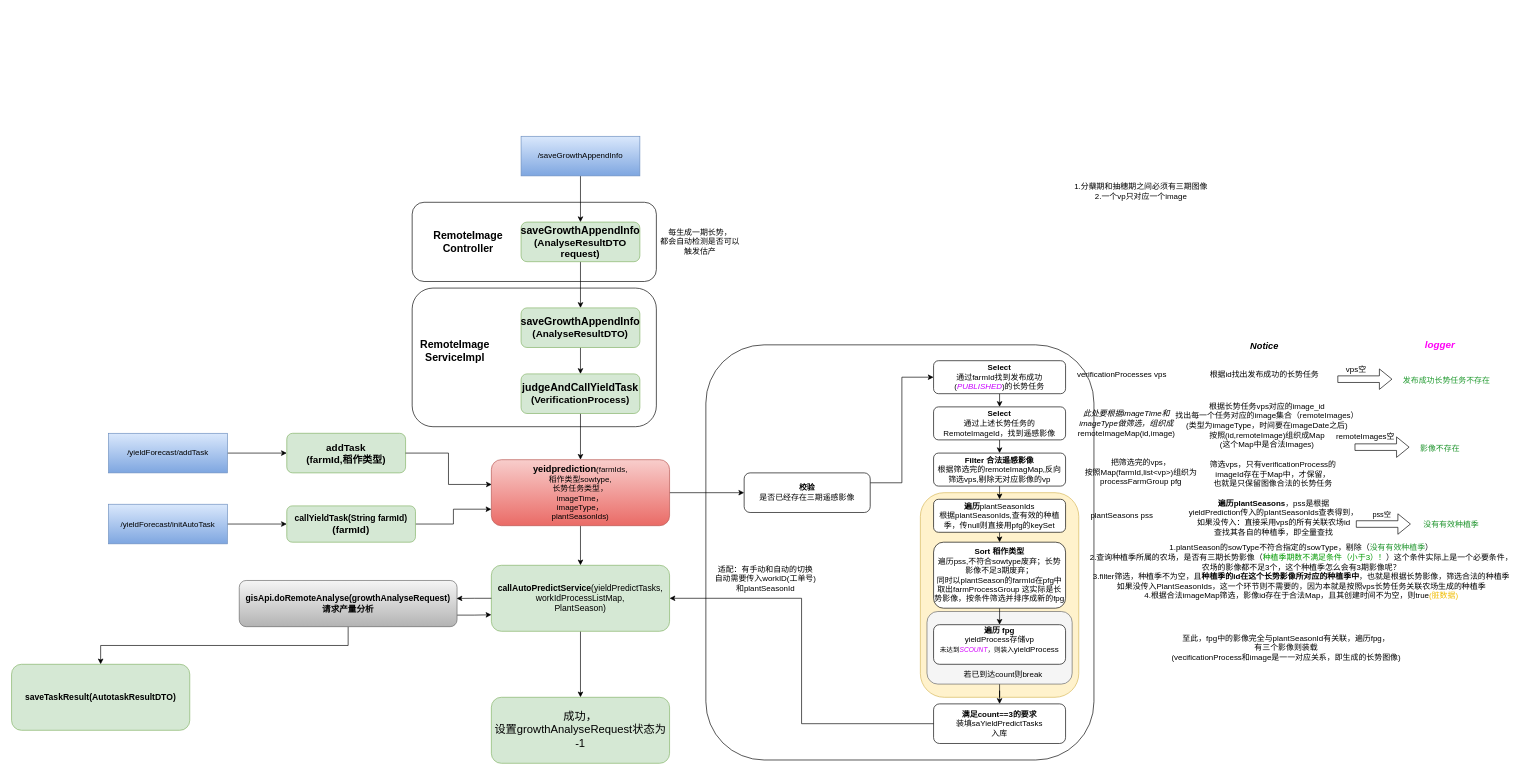
Earlier version of the draw.io diagram 产量预估.drawio (RK-JD/DrawIO). Source tidied: cells renumbered, new cells numbered last; positions are measured from the earlier drawing's top-left corner, leaving out a move shared by most shapes. Both pictures are drawn from the tidied source at 66%, with x=0, y=0 at pixel (11, 136).
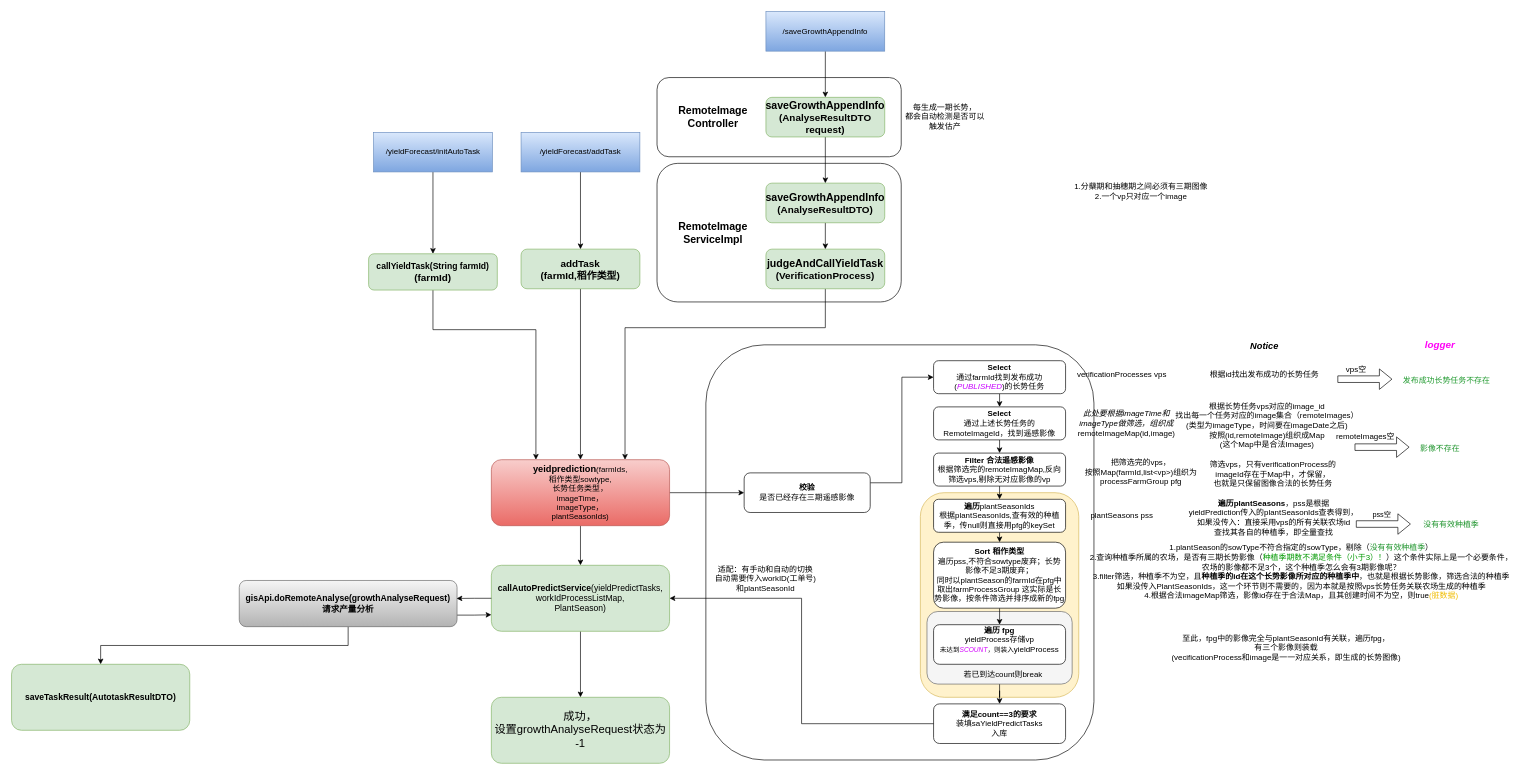
After the change.

Commit message:
更新产量预估.drawio

The change refers to these unchanged cells:
```xml
<mxCell id="10" value="&lt;b&gt;&lt;font style=&quot;font-size: 14px;&quot;&gt;yeidprediction&lt;/font&gt;&lt;/b&gt;(farmIds,&lt;div&gt;稻作类型sowtype,&lt;/div&gt;&lt;div&gt;长势任务类型，&lt;/div&gt;&lt;div&gt;imageTime，&lt;/div&gt;&lt;div&gt;imageType，&lt;/div&gt;&lt;div&gt;plantSeasonIds)&lt;/div&gt;" style="rounded=1;whiteSpace=wrap;html=1;fillColor=#f8cecc;strokeColor=#b85450;gradientColor=#ea6b66;" parent="1" vertex="1">
  <mxGeometry x="727" y="490" width="270" height="100" as="geometry" />
</mxCell>
```

Change to the diagram source:
```diff
@@
     <mxCell id="3" style="rounded=1;whiteSpace=wrap;html=1;" parent="1" vertex="1">
-      <mxGeometry x="607" y="100" width="370" height="120" as="geometry" />
+      <mxGeometry x="978" y="-89" width="370" height="120" as="geometry" />
     </mxCell>
@@
+    <mxCell id="51" style="edgeStyle=orthogonalEdgeStyle;rounded=0;jettySize=auto;html=1;exitX=0.5;exitY=1;exitDx=0;exitDy=0;entryX=0.5;entryY=0;entryDx=0;entryDy=0;" parent="1" edge="1" source="7" target="10">
+      <mxGeometry relative="1" as="geometry" />
+    </mxCell>
     <mxCell id="7" value="&lt;b&gt;&lt;font style=&quot;font-size: 15px;&quot;&gt;addTask&lt;/font&gt;&lt;/b&gt;&lt;div&gt;&lt;b&gt;&lt;font style=&quot;font-size: 15px;&quot;&gt;(farmId,稻作类型)&lt;/font&gt;&lt;/b&gt;&lt;/div&gt;" style="rounded=1;whiteSpace=wrap;html=1;fillColor=#d5e8d4;strokeColor=#82b366;" parent="1" vertex="1">
-      <mxGeometry x="417" y="450" width="180" height="60" as="geometry" />
+      <mxGeometry x="772" y="171" width="180" height="60" as="geometry" />
     </mxCell>
@@
     <mxCell id="38" style="rounded=1;whiteSpace=wrap;html=1;" parent="1" vertex="1">
-      <mxGeometry x="607" y="230" width="370" height="210" as="geometry" />
+      <mxGeometry x="978" y="41" width="370" height="210" as="geometry" />
     </mxCell>
-    <mxCell id="39" style="edgeStyle=orthogonalEdgeStyle;rounded=0;jettySize=auto;html=1;exitX=0.5;exitY=1;exitDx=0;exitDy=0;entryX=0.5;entryY=0;entryDx=0;entryDy=0;" parent="1" edge="1" source="40" target="10">
-      <mxGeometry relative="1" as="geometry" />
+    <mxCell id="39" style="edgeStyle=orthogonalEdgeStyle;rounded=0;jettySize=auto;html=1;exitX=0.5;exitY=1;exitDx=0;exitDy=0;entryX=0.75;entryY=0;entryDx=0;entryDy=0;" parent="1" edge="1" source="40" target="10">
+      <mxGeometry relative="1" as="geometry">
+        <Array as="points">
+          <mxPoint x="1233" y="290" />
+          <mxPoint x="930" y="290" />
+        </Array>
+      </mxGeometry>
     </mxCell>
     <mxCell id="40" value="&lt;span style=&quot;text-align: left;&quot;&gt;&lt;b&gt;&lt;font style=&quot;font-size: 16px;&quot;&gt;judgeAndCallYieldTask&lt;/font&gt;&lt;/b&gt;&lt;/span&gt;&lt;br&gt;&lt;div&gt;&lt;b&gt;&lt;font style=&quot;font-size: 15px;&quot;&gt;(VerificationProcess)&lt;/font&gt;&lt;/b&gt;&lt;/div&gt;" style="rounded=1;whiteSpace=wrap;html=1;fillColor=#d5e8d4;strokeColor=#82b366;" parent="1" vertex="1">
-      <mxGeometry x="772" y="360" width="180" height="60" as="geometry" />
+      <mxGeometry x="1143" y="171" width="180" height="60" as="geometry" />
     </mxCell>
     <mxCell id="41" value="&lt;b&gt;&lt;font style=&quot;font-size: 16px;&quot;&gt;RemoteImage&lt;/font&gt;&lt;/b&gt;&lt;div&gt;&lt;b&gt;&lt;font style=&quot;font-size: 16px;&quot;&gt;ServiceImpl&lt;/font&gt;&lt;/b&gt;&lt;/div&gt;" style="text;html=1;align=center;verticalAlign=middle;whiteSpace=wrap;rounded=0;" parent="1" vertex="1">
-      <mxGeometry x="577" y="310" width="190" height="30" as="geometry" />
+      <mxGeometry x="968" y="131" width="190" height="30" as="geometry" />
     </mxCell>
@@
     <mxCell id="43" value="&lt;span style=&quot;text-align: left;&quot;&gt;&lt;b&gt;&lt;font style=&quot;font-size: 16px;&quot;&gt;saveGrowthAppendInfo&lt;/font&gt;&lt;/b&gt;&lt;/span&gt;&lt;br&gt;&lt;div&gt;&lt;b&gt;&lt;font style=&quot;font-size: 15px;&quot;&gt;(AnalyseResultDTO)&lt;/font&gt;&lt;/b&gt;&lt;/div&gt;" style="rounded=1;whiteSpace=wrap;html=1;fillColor=#d5e8d4;strokeColor=#82b366;" parent="1" vertex="1">
-      <mxGeometry x="772" y="260" width="180" height="60" as="geometry" />
+      <mxGeometry x="1143" y="71" width="180" height="60" as="geometry" />
     </mxCell>
@@
     <mxCell id="45" value="&lt;span style=&quot;text-align: left;&quot;&gt;&lt;b&gt;&lt;font style=&quot;font-size: 16px;&quot;&gt;saveGrowthAppendInfo&lt;/font&gt;&lt;/b&gt;&lt;/span&gt;&lt;br&gt;&lt;div&gt;&lt;b&gt;&lt;font style=&quot;font-size: 15px;&quot;&gt;(AnalyseResultDTO request)&lt;/font&gt;&lt;/b&gt;&lt;/div&gt;" style="rounded=1;whiteSpace=wrap;html=1;fillColor=#d5e8d4;strokeColor=#82b366;" parent="1" vertex="1">
-      <mxGeometry x="772" y="130" width="180" height="60" as="geometry" />
+      <mxGeometry x="1143" y="-59" width="180" height="60" as="geometry" />
     </mxCell>
     <mxCell id="46" value="&lt;span style=&quot;font-size: 16px;&quot;&gt;&lt;b&gt;RemoteImage&lt;/b&gt;&lt;/span&gt;&lt;div&gt;&lt;span style=&quot;font-size: 16px;&quot;&gt;&lt;b&gt;Controller&lt;/b&gt;&lt;/span&gt;&lt;/div&gt;" style="text;html=1;align=center;verticalAlign=middle;whiteSpace=wrap;rounded=0;" parent="1" vertex="1">
-      <mxGeometry x="597" y="145" width="190" height="30" as="geometry" />
+      <mxGeometry x="968" y="-44" width="190" height="30" as="geometry" />
     </mxCell>
@@
     <mxCell id="48" value="/saveGrowthAppendInfo" style="whiteSpace=wrap;html=1;fillColor=#dae8fc;gradientColor=#7ea6e0;strokeColor=#6c8ebf;" parent="1" vertex="1">
-      <mxGeometry x="772" width="180" height="60" as="geometry" />
+      <mxGeometry x="1143" y="-189" width="180" height="60" as="geometry" />
     </mxCell>
-    <mxCell id="49" style="edgeStyle=orthogonalEdgeStyle;rounded=0;jettySize=auto;html=1;exitX=1;exitY=0.5;exitDx=0;exitDy=0;entryX=0;entryY=0.75;entryDx=0;entryDy=0;" parent="1" edge="1" source="50" target="10">
-      <mxGeometry relative="1" as="geometry" />
+    <mxCell id="49" style="edgeStyle=orthogonalEdgeStyle;rounded=0;jettySize=auto;html=1;exitX=0.5;exitY=1;exitDx=0;exitDy=0;entryX=0.25;entryY=0;entryDx=0;entryDy=0;" parent="1" edge="1" source="50" target="10">
+      <mxGeometry relative="1" as="geometry">
+        <Array as="points">
+          <mxPoint x="639" y="293" />
+          <mxPoint x="795" y="293" />
+        </Array>
+      </mxGeometry>
     </mxCell>
     <mxCell id="50" value="&lt;span style=&quot;text-align: left;&quot;&gt;&lt;b&gt;&lt;font style=&quot;font-size: 13px;&quot;&gt;callYieldTask(String farmId)&lt;/font&gt;&lt;/b&gt;&lt;/span&gt;&lt;br&gt;&lt;div&gt;&lt;b&gt;&lt;font style=&quot;font-size: 15px;&quot;&gt;(farmId)&lt;/font&gt;&lt;/b&gt;&lt;/div&gt;" style="rounded=1;whiteSpace=wrap;html=1;fillColor=#d5e8d4;strokeColor=#82b366;" parent="1" vertex="1">
-      <mxGeometry x="417" y="560" width="195" height="55" as="geometry" />
+      <mxGeometry x="541" y="178" width="195" height="55" as="geometry" />
     </mxCell>
-    <mxCell id="51" style="edgeStyle=orthogonalEdgeStyle;rounded=0;jettySize=auto;html=1;exitX=1;exitY=0.5;exitDx=0;exitDy=0;entryX=0.002;entryY=0.375;entryDx=0;entryDy=0;entryPerimeter=0;" parent="1" edge="1" source="7" target="10">
-      <mxGeometry relative="1" as="geometry" />
-    </mxCell>
-    <mxCell id="52" style="edgeStyle=orthogonalEdgeStyle;rounded=0;jettySize=auto;html=1;exitX=1;exitY=0.5;exitDx=0;exitDy=0;entryX=0;entryY=0.5;entryDx=0;entryDy=0;" parent="1" edge="1" source="53" target="7">
+    <mxCell id="52" style="edgeStyle=orthogonalEdgeStyle;rounded=0;jettySize=auto;html=1;exitX=0.5;exitY=1;exitDx=0;exitDy=0;entryX=0.5;entryY=0;entryDx=0;entryDy=0;" parent="1" edge="1" source="53" target="7">
       <mxGeometry relative="1" as="geometry" />
     </mxCell>
     <mxCell id="53" value="/yieldForecast/addTask" style="whiteSpace=wrap;html=1;fillColor=#dae8fc;gradientColor=#7ea6e0;strokeColor=#6c8ebf;" parent="1" vertex="1">
-      <mxGeometry x="147" y="450" width="180" height="60" as="geometry" />
+      <mxGeometry x="772" y="-6" width="180" height="60" as="geometry" />
     </mxCell>
-    <mxCell id="54" style="edgeStyle=orthogonalEdgeStyle;rounded=0;jettySize=auto;html=1;exitX=1;exitY=0.5;exitDx=0;exitDy=0;entryX=0;entryY=0.5;entryDx=0;entryDy=0;" parent="1" edge="1" source="55" target="50">
+    <mxCell id="54" style="edgeStyle=orthogonalEdgeStyle;rounded=0;jettySize=auto;html=1;exitX=0.5;exitY=1;exitDx=0;exitDy=0;entryX=0.5;entryY=0;entryDx=0;entryDy=0;" parent="1" edge="1" source="55" target="50">
       <mxGeometry relative="1" as="geometry" />
     </mxCell>
     <mxCell id="55" value="/yieldForecast/initAutoTask" style="whiteSpace=wrap;html=1;fillColor=#dae8fc;gradientColor=#7ea6e0;strokeColor=#6c8ebf;" parent="1" vertex="1">
-      <mxGeometry x="147" y="557.5" width="180" height="60" as="geometry" />
+      <mxGeometry x="548.5" y="-6" width="180" height="60" as="geometry" />
     </mxCell>
@@
     <mxCell id="77" value="每生成一期长势，&lt;div&gt;都会自动检测是否可以触发估产&lt;/div&gt;" style="text;html=1;align=center;verticalAlign=middle;whiteSpace=wrap;rounded=0;" parent="1" vertex="1">
-      <mxGeometry x="977" y="145" width="133" height="30" as="geometry" />
+      <mxGeometry x="1348" y="-44" width="133" height="30" as="geometry" />
     </mxCell>
```
